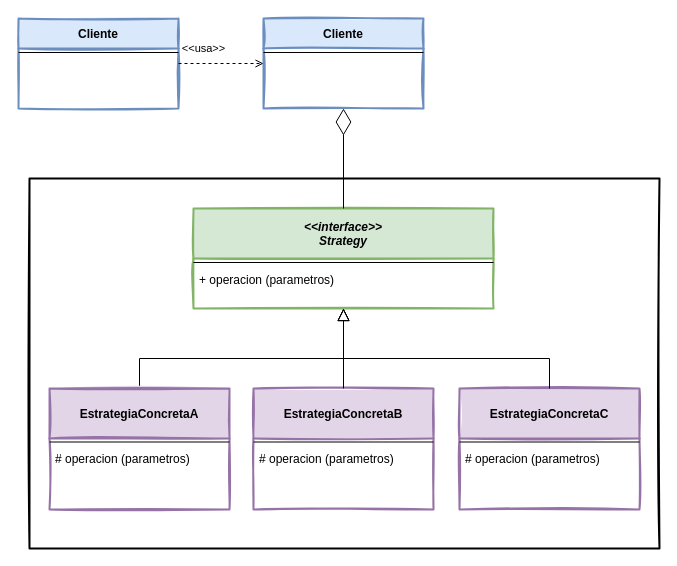
The draw.io diagram page "Strategy - Plantilla" (1 of 2) of Strategy.drawio in JavaTutoriales/Strategy, before the edit. Source tidied: cells renumbered, new cells numbered last; positions are measured from the earlier drawing's top-left corner, leaving out a move shared by most shapes. Both pictures are drawn from the tidied source at 100%, with x=0, y=0 at pixel (18, 18).
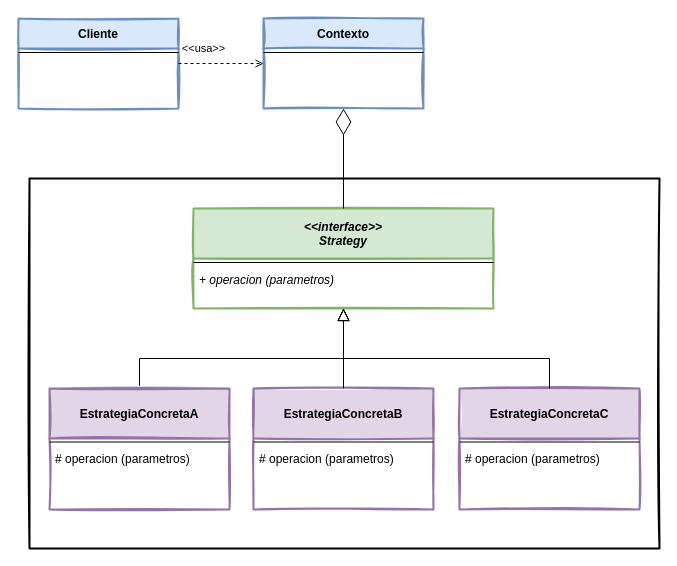
Above is the later version.

Unchanged cells that the change refers to:
```xml
<mxCell id="5" value="&lt;&lt;interface&gt;&gt;&#10;Strategy" style="swimlane;fontStyle=3;align=center;verticalAlign=middle;horizontal=1;startSize=50;rounded=0;shadow=0;strokeWidth=2;strokeColor=#82b366;fillColor=#d5e8d4;swimlaneFillColor=rgba(255, 255, 255, 1);sketch=1;fillStyle=solid;" parent="1" vertex="1">
  <mxGeometry x="175" y="190" width="300" height="100" as="geometry" />
</mxCell>
```

Change to the diagram source:
```diff
@@
-    <mxCell id="7" value="+ operacion (parametros)" style="text;strokeColor=none;fillColor=none;align=left;verticalAlign=top;spacingLeft=4;spacingRight=4;overflow=hidden;rounded=1;sketch=1;fillStyle=solid;startSize=30;" parent="5" vertex="1">
+    <mxCell id="7" value="+ operacion (parametros)" style="text;strokeColor=none;fillColor=none;align=left;verticalAlign=top;spacingLeft=4;spacingRight=4;overflow=hidden;rounded=1;sketch=1;fillStyle=solid;startSize=30;fontStyle=2;" parent="5" vertex="1">
       <mxGeometry y="58" width="300" height="26" as="geometry" />
     </mxCell>
@@
-    <mxCell id="20" value="Cliente" style="swimlane;fontStyle=1;align=center;verticalAlign=middle;horizontal=1;startSize=30;rounded=0;shadow=0;strokeWidth=2;strokeColor=#6c8ebf;fillColor=#dae8fc;swimlaneFillColor=rgba(255, 255, 255, 1);sketch=1;fillStyle=solid;" parent="1" vertex="1">
+    <mxCell id="20" value="Contexto" style="swimlane;fontStyle=1;align=center;verticalAlign=middle;horizontal=1;startSize=30;rounded=0;shadow=0;strokeWidth=2;strokeColor=#6c8ebf;fillColor=#dae8fc;swimlaneFillColor=rgba(255, 255, 255, 1);sketch=1;fillStyle=solid;" parent="1" vertex="1">
       <mxGeometry x="245" width="160" height="90" as="geometry" />
     </mxCell>
```
